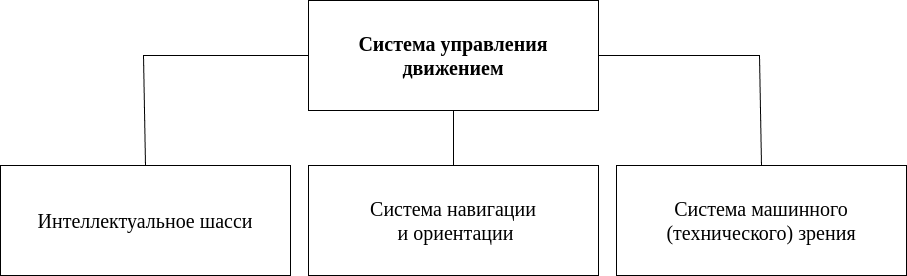
This is Dissertation/images/drawio/system.drawio.png from dreddsa5dies/phd, a draw.io export, as it was before one commit. Source tidied: cells renumbered, new cells last; positions are measured from the earlier drawing's top-left corner, leaving out a move shared by most shapes. Source of this version:
```xml
<mxGraphModel>
  <root>
    <mxCell id="0" />
    <mxCell id="1" parent="0" />
    <mxCell id="2" value="Система управления движением" style="rounded=0;whiteSpace=wrap;html=1;fontSize=20;fontStyle=1;fontFamily=Times New Roman;" parent="1" vertex="1">
      <mxGeometry x="308" width="290" height="110" as="geometry" />
    </mxCell>
    <mxCell id="3" value="Интеллектуальное шасси" style="rounded=0;whiteSpace=wrap;html=1;fontSize=20;fontFamily=Times New Roman;" parent="1" vertex="1">
      <mxGeometry y="165" width="290" height="110" as="geometry" />
    </mxCell>
    <mxCell id="4" value="Система навигации&lt;br&gt;&amp;nbsp;и ориентации" style="rounded=0;whiteSpace=wrap;html=1;fontSize=20;fontFamily=Times New Roman;" parent="1" vertex="1">
      <mxGeometry x="308" y="165" width="290" height="110" as="geometry" />
    </mxCell>
    <mxCell id="5" value="Система машинного (технического) зрения" style="rounded=0;whiteSpace=wrap;html=1;fontSize=20;fontFamily=Times New Roman;" parent="1" vertex="1">
      <mxGeometry x="616" y="165" width="290" height="110" as="geometry" />
    </mxCell>
    <mxCell id="6" style="endArrow=none;html=1;rounded=0;entryX=0;entryY=0.5;entryDx=0;entryDy=0;exitX=0.5;exitY=0;exitDx=0;exitDy=0;fontFamily=Times New Roman;" parent="1" edge="1" source="3" target="2">
      <mxGeometry relative="1" as="geometry">
        <Array as="points">
          <mxPoint x="143" y="55" />
        </Array>
      </mxGeometry>
    </mxCell>
    <mxCell id="7" style="endArrow=none;html=1;rounded=0;entryX=0.5;entryY=0;entryDx=0;entryDy=0;exitX=1;exitY=0.5;exitDx=0;exitDy=0;fontFamily=Times New Roman;" parent="1" edge="1" source="2" target="5">
      <mxGeometry relative="1" as="geometry">
        <Array as="points">
          <mxPoint x="759" y="55" />
        </Array>
      </mxGeometry>
    </mxCell>
    <mxCell id="8" style="endArrow=none;html=1;rounded=0;entryX=0.5;entryY=0;entryDx=0;entryDy=0;exitX=0.5;exitY=1;exitDx=0;exitDy=0;fontFamily=Times New Roman;" parent="1" edge="1" source="2" target="4">
      <mxGeometry relative="1" as="geometry" />
    </mxCell>
  </root>
</mxGraphModel>
```
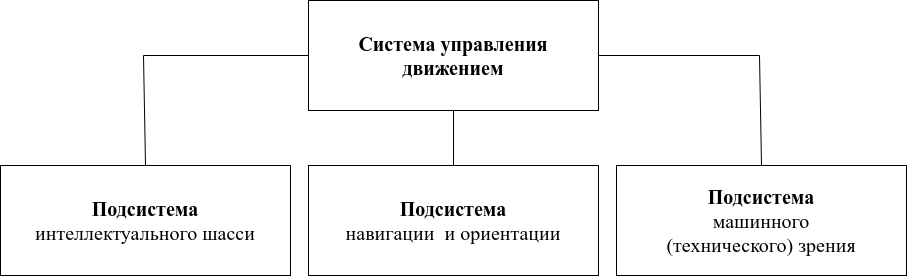
The same diagram one commit later.

Change to the diagram source:
```diff
@@ -5,13 +5,13 @@
     <mxCell id="2" value="Система управления движением" style="rounded=0;whiteSpace=wrap;html=1;fontSize=20;fontStyle=1;fontFamily=Times New Roman;" parent="1" vertex="1">
       <mxGeometry x="308" width="290" height="110" as="geometry" />
     </mxCell>
-    <mxCell id="3" value="Интеллектуальное шасси" style="rounded=0;whiteSpace=wrap;html=1;fontSize=20;fontFamily=Times New Roman;" parent="1" vertex="1">
+    <mxCell id="3" value="&lt;div&gt;&lt;b&gt;Подсистема&lt;/b&gt;&lt;/div&gt;интеллектуального шасси" style="rounded=0;whiteSpace=wrap;html=1;fontSize=20;fontFamily=Times New Roman;" parent="1" vertex="1">
       <mxGeometry y="165" width="290" height="110" as="geometry" />
     </mxCell>
-    <mxCell id="4" value="Система навигации&lt;br&gt;&amp;nbsp;и ориентации" style="rounded=0;whiteSpace=wrap;html=1;fontSize=20;fontFamily=Times New Roman;" parent="1" vertex="1">
+    <mxCell id="4" value="&lt;b&gt;Подсистема&lt;/b&gt;&lt;div&gt;навигации&amp;nbsp;&amp;nbsp;и ориентации&lt;/div&gt;" style="rounded=0;whiteSpace=wrap;html=1;fontSize=20;fontFamily=Times New Roman;" parent="1" vertex="1">
       <mxGeometry x="308" y="165" width="290" height="110" as="geometry" />
     </mxCell>
-    <mxCell id="5" value="Система машинного (технического) зрения" style="rounded=0;whiteSpace=wrap;html=1;fontSize=20;fontFamily=Times New Roman;" parent="1" vertex="1">
+    <mxCell id="5" value="&lt;b&gt;Подсистема&lt;/b&gt;&lt;div&gt;&amp;nbsp;машинного&amp;nbsp;&lt;/div&gt;&lt;div&gt;(технического) зрения&lt;/div&gt;" style="rounded=0;whiteSpace=wrap;html=1;fontSize=20;fontFamily=Times New Roman;" parent="1" vertex="1">
       <mxGeometry x="616" y="165" width="290" height="110" as="geometry" />
     </mxCell>
     <mxCell id="6" style="endArrow=none;html=1;rounded=0;entryX=0;entryY=0.5;entryDx=0;entryDy=0;exitX=0.5;exitY=0;exitDx=0;exitDy=0;fontFamily=Times New Roman;" parent="1" edge="1" source="3" target="2">
```
